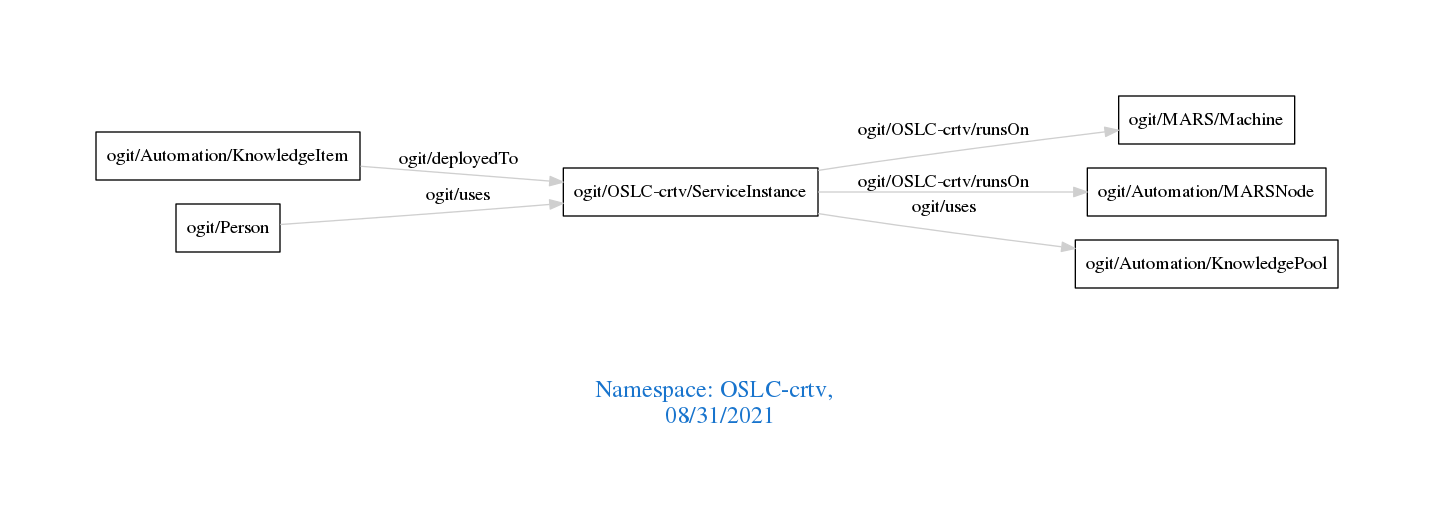
Above: downloads/OSLC-crtv.png in arago/OGIT (Graphviz), before the change. Its source is kept beside it as downloads/OSLC-crtv.dot.
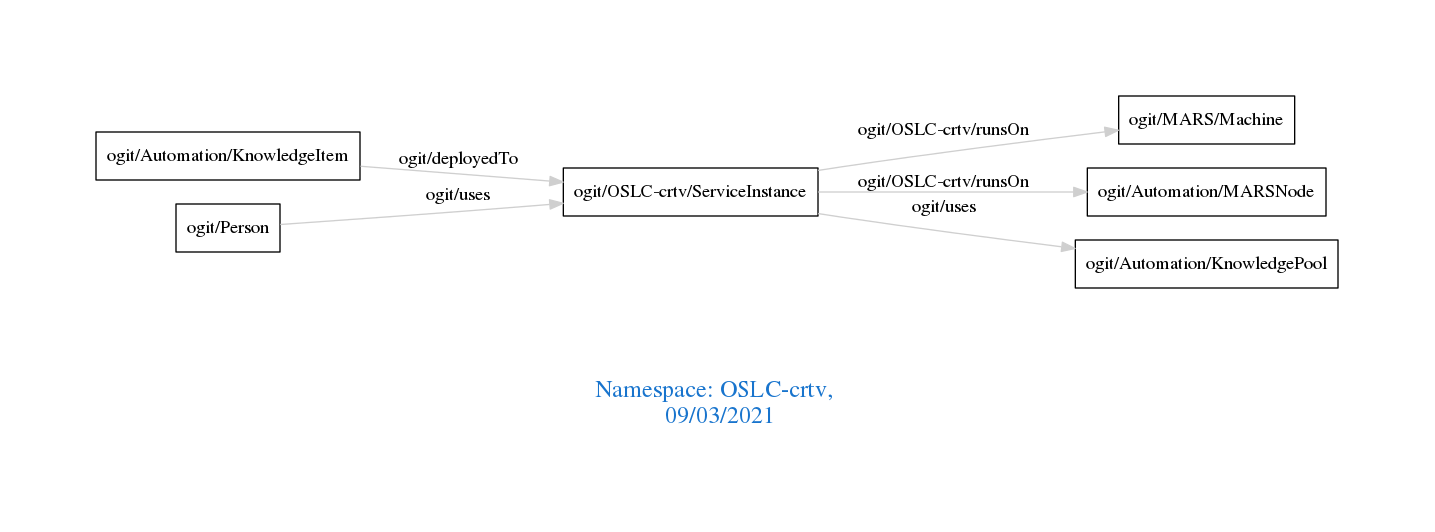
After the change.

Change to the diagram source:
```diff
@@ -1,7 +1,7 @@
 digraph OGIT_ontology {
  graph [ rankdir= LR,pad=1
 fontsize = 18,
-fontcolor= dodgerblue3,label = "\n\n\nNamespace: OSLC-crtv, \n 08/31/2021"];
+fontcolor= dodgerblue3,label = "\n\n\nNamespace: OSLC-crtv, \n 09/03/2021"];
 node[shape=polygon];
 edge [  color="gray81"];
 
```
